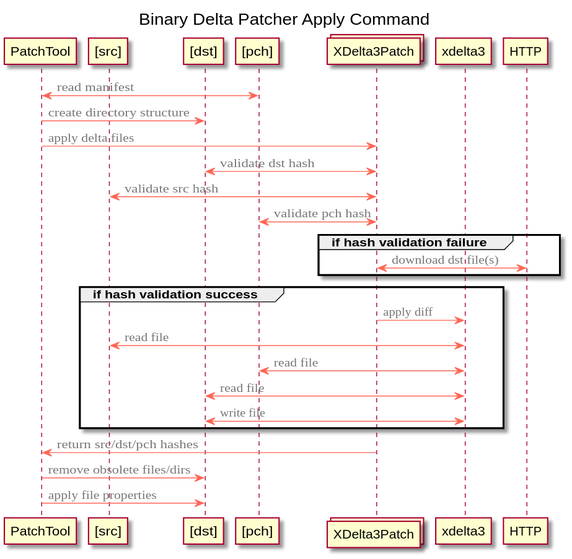
Above: docs/apply-sequence.svg in SwitchCaseGroup/switchcase-deltapatcher (PlantUML), before the change.
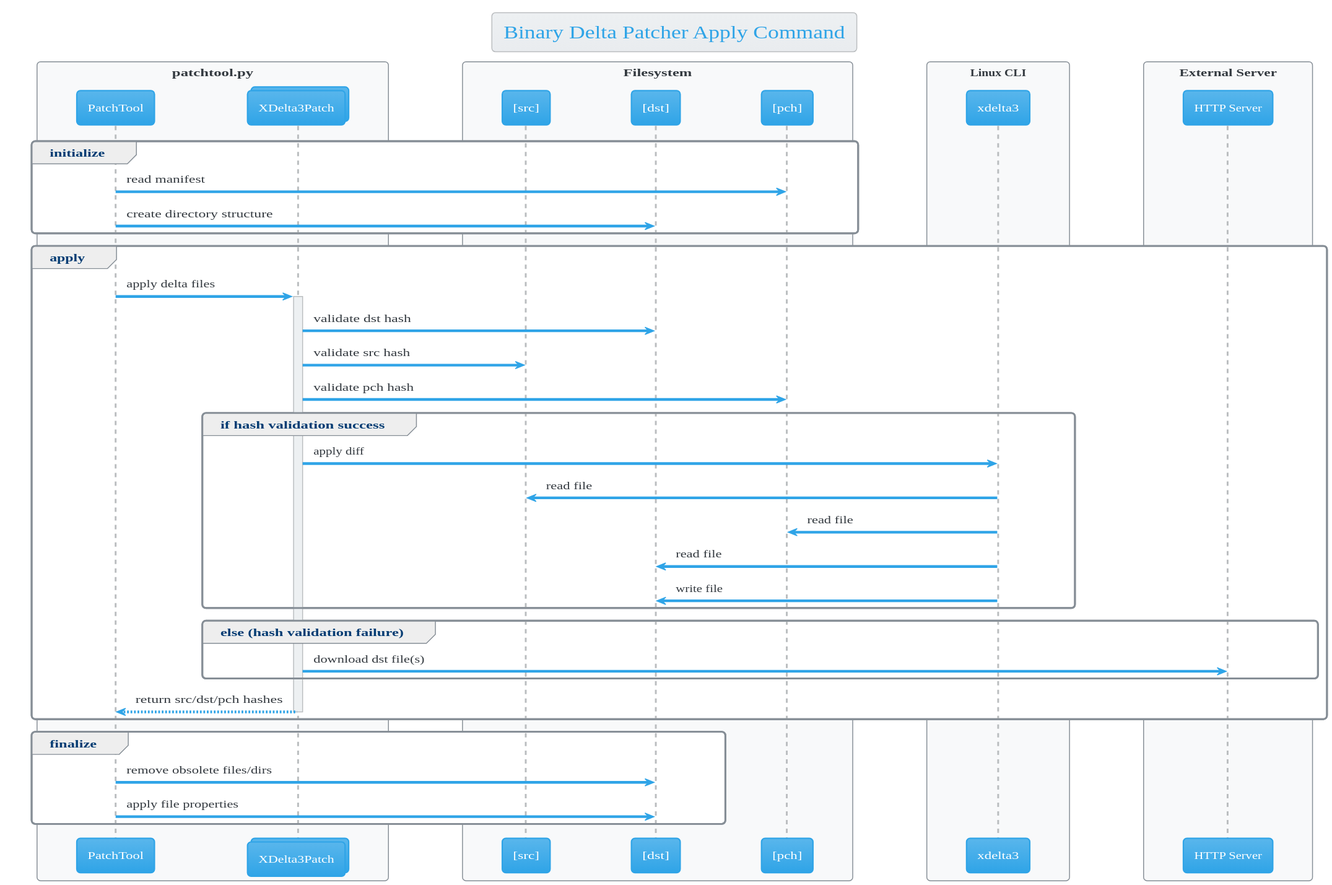
Above is the later version.

What changed in the source:
```diff
@@ -4,26 +4,33 @@
 
 title Binary Delta Patcher Apply Command
 
-PatchTool <-> pch : read manifest
-PatchTool -> dst : create directory structure
+group initialize
+  PatchTool -> pch : read manifest
+  PatchTool -> dst : create directory structure
+end
 
-PatchTool -> XDelta3Patch : apply delta files
-XDelta3Patch <-> dst : validate dst hash
-XDelta3Patch <-> src : validate src hash
-XDelta3Patch <-> pch : validate pch hash
-group if hash validation failure
-  XDelta3Patch <-> HTTP : download dst file(s)
+group apply
+  PatchTool -> XDelta3Patch : apply delta files
+  activate XDelta3Patch
+    XDelta3Patch -> dst : validate dst hash
+    XDelta3Patch -> src : validate src hash
+    XDelta3Patch -> pch : validate pch hash
+    group if hash validation success
+      XDelta3Patch -> xdelta3 : apply diff
+      xdelta3 -> src : read file
+      xdelta3 -> pch : read file
+      xdelta3 -> dst : read file
+      xdelta3 -> dst : write file
+    end
+    group else (hash validation failure)
+      XDelta3Patch -> HTTP : download dst file(s)
+    end
+  return return src/dst/pch hashes
 end
-group if hash validation success
-  XDelta3Patch -> xdelta3 : apply diff
-  xdelta3 <-> src : read file
-  xdelta3 <-> pch : read file
-  xdelta3 <-> dst : read file
-  xdelta3 <-> dst : write file
+
+group finalize
+  PatchTool -> dst : remove obsolete files/dirs
+  PatchTool -> dst : apply file properties
 end
-XDelta3Patch -> PatchTool : return src/dst/pch hashes
-
-PatchTool -> dst : remove obsolete files/dirs
-PatchTool -> dst : apply file properties
 
 @enduml
```
